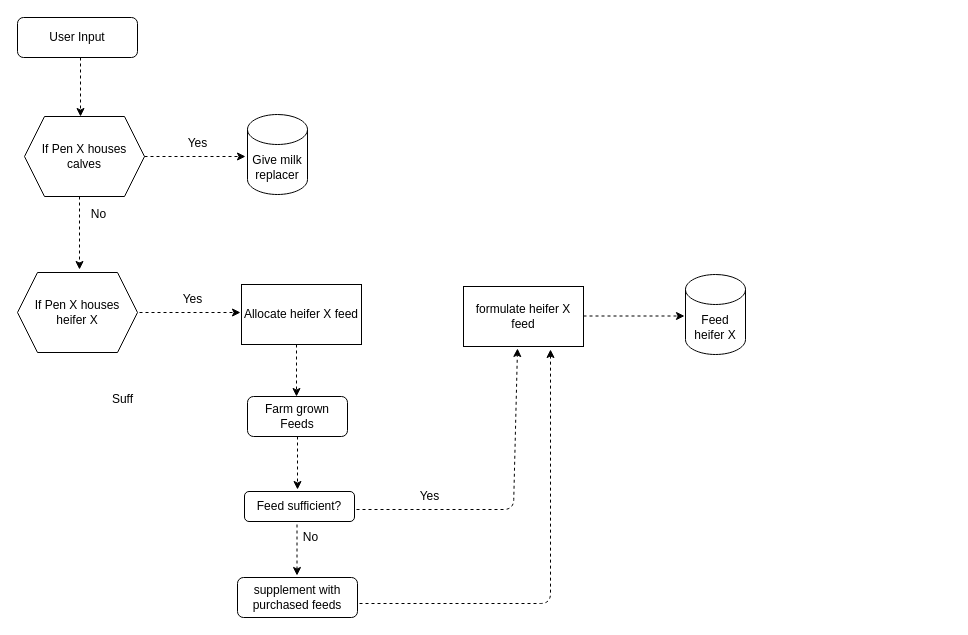
Before: newin.drawio in Victor-Oribamise/AnimalMachineLerning, a draw.io diagram. Source tidied: cells renumbered, new cells numbered last; positions are measured from the earlier drawing's top-left corner, leaving out a move shared by most shapes. Both pictures are drawn from the tidied source at 100%, with x=0, y=0 at pixel (17, 17).
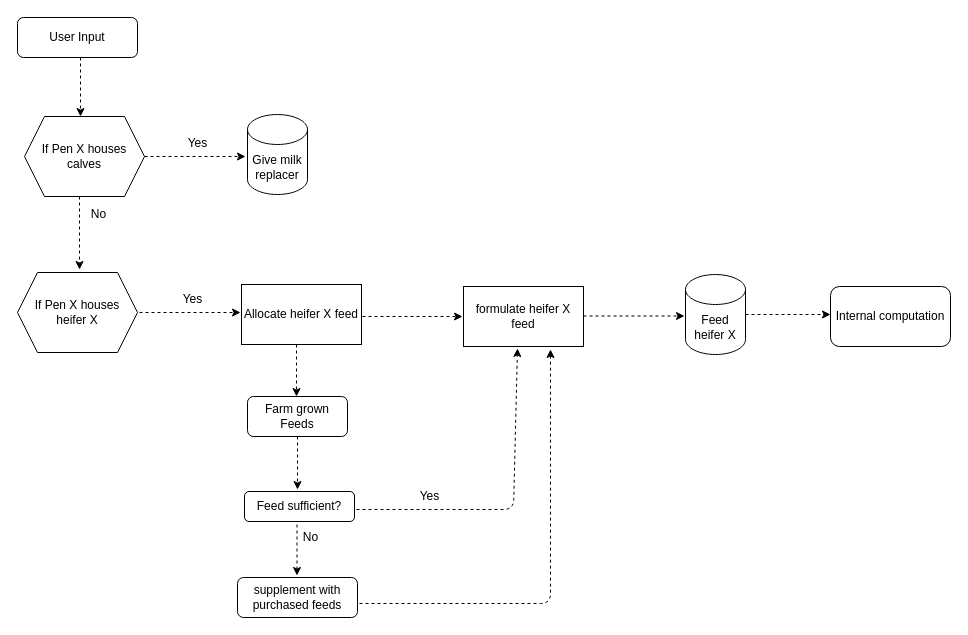
The same page after the edit.

Unchanged cells that the change refers to:
```xml
<mxCell id="13" value="Feed heifer X" style="shape=cylinder3;whiteSpace=wrap;html=1;boundedLbl=1;backgroundOutline=1;size=15;" parent="1" vertex="1">
  <mxGeometry x="668" y="257" width="60" height="80" as="geometry" />
</mxCell>
```

What changed in the source:
```diff
@@
-    <mxCell id="22" value="Suff" style="text;html=1;align=center;verticalAlign=middle;strokeColor=none;" parent="1" vertex="1">
-      <mxGeometry x="89" y="373" width="31" height="18" as="geometry" />
-    </mxCell>
@@
+    <mxCell id="28" style="endArrow=classic;html=1;dashed=1;exitX=1;exitY=0.5;exitDx=0;exitDy=0;exitPerimeter=0;" parent="1" edge="1" source="13">
+      <mxGeometry relative="1" as="geometry">
+        <mxPoint x="813" y="297" as="targetPoint" />
+      </mxGeometry>
+    </mxCell>
+    <mxCell id="29" style="endArrow=classic;html=1;dashed=1;" parent="1" edge="1">
+      <mxGeometry relative="1" as="geometry">
+        <mxPoint x="345" y="299" as="sourcePoint" />
+        <mxPoint x="445" y="299" as="targetPoint" />
+      </mxGeometry>
+    </mxCell>
+    <mxCell id="30" value="Internal computation" style="rounded=1;whiteSpace=wrap;html=1;" parent="1" vertex="1">
+      <mxGeometry x="813" y="269" width="120" height="60" as="geometry" />
+    </mxCell>
```
